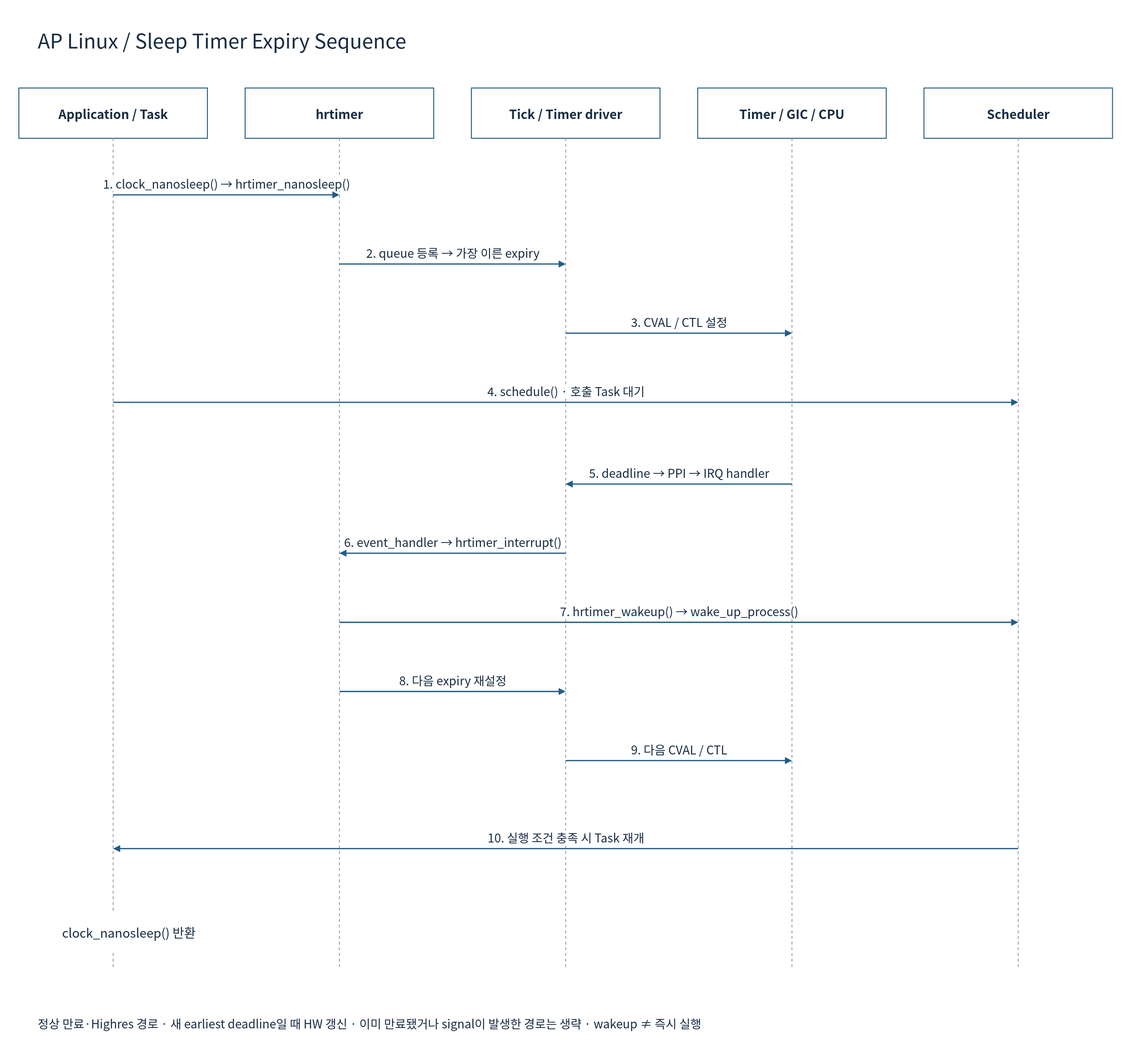
cometzero/project-apollo keeps this draw.io diagram as doc/phase1/timer/diagrams/08b-linux-timer-api-sequence.drawio.svg. Above is the earlier version. Source tidied: cells renumbered, new cells last; positions are measured from the earlier drawing's top-left corner, leaving out a move shared by most shapes.
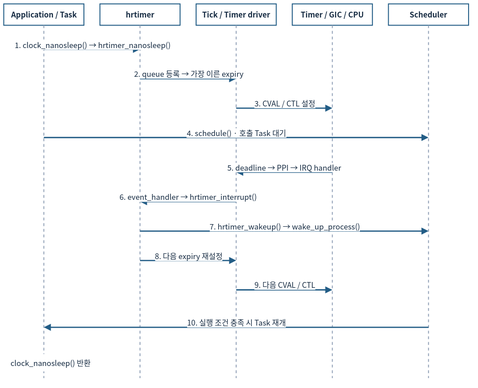
After the commit.

Diff of the diagram source:
```diff
@@ -2,132 +2,123 @@
   <root>
     <mxCell id="0" />
     <mxCell id="1" parent="0" />
-    <mxCell id="2" style="rounded=0;whiteSpace=wrap;html=1;fillColor=#FFFFFF;strokeColor=none;strokeWidth=1.5;fontColor=#172C43;fontFamily=Noto Sans CJK KR;fontSize=22;spacing=10;" parent="1" vertex="1">
-      <mxGeometry width="1800" height="1690" as="geometry" />
-    </mxCell>
-    <mxCell id="3" value="AP Linux / Sleep Timer Expiry Sequence" style="rounded=0;whiteSpace=wrap;html=1;fillColor=#FFFFFF;strokeColor=none;strokeWidth=1.5;fontColor=#172C43;fontFamily=Noto Sans CJK KR;fontSize=22;spacing=10;fontSize=32;align=left;" parent="1" vertex="1">
-      <mxGeometry x="50" y="30" width="1700" height="65" as="geometry" />
-    </mxCell>
-    <mxCell id="4" value="Application / Task" style="rounded=0;whiteSpace=wrap;html=1;fillColor=#FFFFFF;strokeColor=#235D86;strokeWidth=1.5;fontColor=#172C43;fontFamily=Noto Sans CJK KR;fontSize=22;spacing=10;fontStyle=1;fontSize=20;" parent="1" vertex="1">
-      <mxGeometry x="30" y="140" width="300" height="80" as="geometry" />
+    <mxCell id="4" value="Application / Task" style="rounded=0;whiteSpace=wrap;html=1;fillColor=#FFFFFF;strokeColor=#235D86;strokeWidth=1.5;fontColor=#172C43;fontFamily=Noto Sans CJK KR;fontStyle=1;fontSize=12;spacing=3;whiteSpace=wrap;" parent="1" vertex="1">
+      <mxGeometry x="12" y="12" width="127.6" height="34" as="geometry" />
     </mxCell>
-    <mxCell id="5" style="endArrow=none;dashed=1;strokeColor=#94A3B8;strokeWidth=1.5;" parent="1" edge="1">
+    <mxCell id="5" style="endArrow=none;dashed=1;strokeColor=#94A3B8;strokeWidth=1.5;fontSize=12;spacing=3;whiteSpace=nowrap;" parent="1" edge="1">
       <mxGeometry relative="1" as="geometry">
-        <mxPoint x="180" y="220" as="sourcePoint" />
-        <mxPoint x="180" y="1540" as="targetPoint" />
+        <mxPoint x="75.8" y="46" as="sourcePoint" />
+        <mxPoint x="75.8" y="607.4" as="targetPoint" />
       </mxGeometry>
     </mxCell>
-    <mxCell id="6" value="hrtimer" style="rounded=0;whiteSpace=wrap;html=1;fillColor=#FFFFFF;strokeColor=#235D86;strokeWidth=1.5;fontColor=#172C43;fontFamily=Noto Sans CJK KR;fontSize=22;spacing=10;fontStyle=1;fontSize=20;" parent="1" vertex="1">
-      <mxGeometry x="390" y="140" width="300" height="80" as="geometry" />
+    <mxCell id="6" value="hrtimer" style="rounded=0;whiteSpace=wrap;html=1;fillColor=#FFFFFF;strokeColor=#235D86;strokeWidth=1.5;fontColor=#172C43;fontFamily=Noto Sans CJK KR;fontStyle=1;fontSize=12;spacing=3;whiteSpace=wrap;" parent="1" vertex="1">
+      <mxGeometry x="165.1" y="12" width="127.6" height="34" as="geometry" />
     </mxCell>
-    <mxCell id="7" style="endArrow=none;dashed=1;strokeColor=#94A3B8;strokeWidth=1.5;" parent="1" edge="1">
+    <mxCell id="7" style="endArrow=none;dashed=1;strokeColor=#94A3B8;strokeWidth=1.5;fontSize=12;spacing=3;whiteSpace=nowrap;" parent="1" edge="1">
       <mxGeometry relative="1" as="geometry">
-        <mxPoint x="540" y="220" as="sourcePoint" />
-        <mxPoint x="540" y="1540" as="targetPoint" />
+        <mxPoint x="228.9" y="46" as="sourcePoint" />
+        <mxPoint x="228.9" y="607.4" as="targetPoint" />
       </mxGeometry>
     </mxCell>
-    <mxCell id="8" value="Tick / Timer driver" style="rounded=0;whiteSpace=wrap;html=1;fillColor=#FFFFFF;strokeColor=#235D86;strokeWidth=1.5;fontColor=#172C43;fontFamily=Noto Sans CJK KR;fontSize=22;spacing=10;fontStyle=1;fontSize=20;" parent="1" vertex="1">
-      <mxGeometry x="750" y="140" width="300" height="80" as="geometry" />
+    <mxCell id="8" value="Tick / Timer driver" style="rounded=0;whiteSpace=wrap;html=1;fillColor=#FFFFFF;strokeColor=#235D86;strokeWidth=1.5;fontColor=#172C43;fontFamily=Noto Sans CJK KR;fontStyle=1;fontSize=12;spacing=3;whiteSpace=wrap;" parent="1" vertex="1">
+      <mxGeometry x="318.2" y="12" width="127.6" height="34" as="geometry" />
     </mxCell>
-    <mxCell id="9" style="endArrow=none;dashed=1;strokeColor=#94A3B8;strokeWidth=1.5;" parent="1" edge="1">
+    <mxCell id="9" style="endArrow=none;dashed=1;strokeColor=#94A3B8;strokeWidth=1.5;fontSize=12;spacing=3;whiteSpace=nowrap;" parent="1" edge="1">
       <mxGeometry relative="1" as="geometry">
-        <mxPoint x="900" y="220" as="sourcePoint" />
-        <mxPoint x="900" y="1540" as="targetPoint" />
+        <mxPoint x="382" y="46" as="sourcePoint" />
+        <mxPoint x="382" y="607.4" as="targetPoint" />
       </mxGeometry>
     </mxCell>
-    <mxCell id="10" value="Timer / GIC / CPU" style="rounded=0;whiteSpace=wrap;html=1;fillColor=#FFFFFF;strokeColor=#235D86;strokeWidth=1.5;fontColor=#172C43;fontFamily=Noto Sans CJK KR;fontSize=22;spacing=10;fontStyle=1;fontSize=20;" parent="1" vertex="1">
-      <mxGeometry x="1110" y="140" width="300" height="80" as="geometry" />
+    <mxCell id="10" value="Timer / GIC / CPU" style="rounded=0;whiteSpace=wrap;html=1;fillColor=#FFFFFF;strokeColor=#235D86;strokeWidth=1.5;fontColor=#172C43;fontFamily=Noto Sans CJK KR;fontStyle=1;fontSize=12;spacing=3;whiteSpace=wrap;" parent="1" vertex="1">
+      <mxGeometry x="471.3" y="12" width="127.6" height="34" as="geometry" />
     </mxCell>
-    <mxCell id="11" style="endArrow=none;dashed=1;strokeColor=#94A3B8;strokeWidth=1.5;" parent="1" edge="1">
+    <mxCell id="11" style="endArrow=none;dashed=1;strokeColor=#94A3B8;strokeWidth=1.5;fontSize=12;spacing=3;whiteSpace=nowrap;" parent="1" edge="1">
       <mxGeometry relative="1" as="geometry">
-        <mxPoint x="1260" y="220" as="sourcePoint" />
-        <mxPoint x="1260" y="1540" as="targetPoint" />
+        <mxPoint x="535.1" y="46" as="sourcePoint" />
+        <mxPoint x="535.1" y="607.4" as="targetPoint" />
       </mxGeometry>
     </mxCell>
-    <mxCell id="12" value="Scheduler" style="rounded=0;whiteSpace=wrap;html=1;fillColor=#FFFFFF;strokeColor=#235D86;strokeWidth=1.5;fontColor=#172C43;fontFamily=Noto Sans CJK KR;fontSize=22;spacing=10;fontStyle=1;fontSize=20;" parent="1" vertex="1">
-      <mxGeometry x="1470" y="140" width="300" height="80" as="geometry" />
+    <mxCell id="12" value="Scheduler" style="rounded=0;whiteSpace=wrap;html=1;fillColor=#FFFFFF;strokeColor=#235D86;strokeWidth=1.5;fontColor=#172C43;fontFamily=Noto Sans CJK KR;fontStyle=1;fontSize=12;spacing=3;whiteSpace=wrap;" parent="1" vertex="1">
+      <mxGeometry x="624.4" y="12" width="127.6" height="34" as="geometry" />
     </mxCell>
-    <mxCell id="13" style="endArrow=none;dashed=1;strokeColor=#94A3B8;strokeWidth=1.5;" parent="1" edge="1">
+    <mxCell id="13" style="endArrow=none;dashed=1;strokeColor=#94A3B8;strokeWidth=1.5;fontSize=12;spacing=3;whiteSpace=nowrap;" parent="1" edge="1">
       <mxGeometry relative="1" as="geometry">
-        <mxPoint x="1620" y="220" as="sourcePoint" />
-        <mxPoint x="1620" y="1540" as="targetPoint" />
+        <mxPoint x="688.2" y="46" as="sourcePoint" />
+        <mxPoint x="688.2" y="607.4" as="targetPoint" />
       </mxGeometry>
     </mxCell>
-    <mxCell id="14" value="1. clock_nanosleep() → hrtimer_nanosleep()" style="edgeStyle=none;html=1;endArrow=block;endFill=1;strokeColor=#235D86;strokeWidth=2;fontColor=#172C43;fontFamily=Noto Sans CJK KR;fontSize=19;labelBackgroundColor=#FFFFFF;" parent="1" edge="1">
+    <mxCell id="14" value="1. clock_nanosleep() → hrtimer_nanosleep()" style="edgeStyle=none;html=1;endArrow=block;endFill=1;strokeColor=#235D86;strokeWidth=2;fontColor=#172C43;fontFamily=Noto Sans CJK KR;labelBackgroundColor=#FFFFFF;fontSize=12;spacing=3;whiteSpace=nowrap;" parent="1" edge="1">
       <mxGeometry relative="1" as="geometry">
-        <mxPoint x="180" y="310" as="sourcePoint" />
-        <mxPoint x="540" y="310" as="targetPoint" />
-        <mxPoint y="-18" as="offset" />
+        <mxPoint x="75.8" y="84.3" as="sourcePoint" />
+        <mxPoint x="228.9" y="84.3" as="targetPoint" />
+        <mxPoint y="-7.7" as="offset" />
       </mxGeometry>
     </mxCell>
-    <mxCell id="15" value="2. queue 등록 → 가장 이른 expiry" style="edgeStyle=none;html=1;endArrow=block;endFill=1;strokeColor=#235D86;strokeWidth=2;fontColor=#172C43;fontFamily=Noto Sans CJK KR;fontSize=19;labelBackgroundColor=#FFFFFF;" parent="1" edge="1">
+    <mxCell id="15" value="2. queue 등록 → 가장 이른 expiry" style="edgeStyle=none;html=1;endArrow=block;endFill=1;strokeColor=#235D86;strokeWidth=2;fontColor=#172C43;fontFamily=Noto Sans CJK KR;labelBackgroundColor=#FFFFFF;fontSize=12;spacing=3;whiteSpace=nowrap;" parent="1" edge="1">
       <mxGeometry relative="1" as="geometry">
-        <mxPoint x="540" y="420" as="sourcePoint" />
-        <mxPoint x="900" y="420" as="targetPoint" />
-        <mxPoint y="-18" as="offset" />
+        <mxPoint x="228.9" y="131.1" as="sourcePoint" />
+        <mxPoint x="382" y="131.1" as="targetPoint" />
+        <mxPoint y="-7.7" as="offset" />
       </mxGeometry>
     </mxCell>
-    <mxCell id="16" value="3. CVAL / CTL 설정" style="edgeStyle=none;html=1;endArrow=block;endFill=1;strokeColor=#235D86;strokeWidth=2;fontColor=#172C43;fontFamily=Noto Sans CJK KR;fontSize=19;labelBackgroundColor=#FFFFFF;" parent="1" edge="1">
+    <mxCell id="16" value="3. CVAL / CTL 설정" style="edgeStyle=none;html=1;endArrow=block;endFill=1;strokeColor=#235D86;strokeWidth=2;fontColor=#172C43;fontFamily=Noto Sans CJK KR;labelBackgroundColor=#FFFFFF;fontSize=12;spacing=3;whiteSpace=nowrap;" parent="1" edge="1">
       <mxGeometry relative="1" as="geometry">
-        <mxPoint x="900" y="530" as="sourcePoint" />
-        <mxPoint x="1260" y="530" as="targetPoint" />
-        <mxPoint y="-18" as="offset" />
+        <mxPoint x="382" y="177.9" as="sourcePoint" />
+        <mxPoint x="535.1" y="177.9" as="targetPoint" />
+        <mxPoint y="-7.7" as="offset" />
       </mxGeometry>
     </mxCell>
-    <mxCell id="17" value="4. schedule() · 호출 Task 대기" style="edgeStyle=none;html=1;endArrow=block;endFill=1;strokeColor=#235D86;strokeWidth=2;fontColor=#172C43;fontFamily=Noto Sans CJK KR;fontSize=19;labelBackgroundColor=#FFFFFF;" parent="1" edge="1">
+    <mxCell id="17" value="4. schedule() · 호출 Task 대기" style="edgeStyle=none;html=1;endArrow=block;endFill=1;strokeColor=#235D86;strokeWidth=2;fontColor=#172C43;fontFamily=Noto Sans CJK KR;labelBackgroundColor=#FFFFFF;fontSize=12;spacing=3;whiteSpace=nowrap;" parent="1" edge="1">
       <mxGeometry relative="1" as="geometry">
-        <mxPoint x="180" y="640" as="sourcePoint" />
-        <mxPoint x="1620" y="640" as="targetPoint" />
-        <mxPoint y="-18" as="offset" />
+        <mxPoint x="75.8" y="224.6" as="sourcePoint" />
+        <mxPoint x="688.2" y="224.6" as="targetPoint" />
+        <mxPoint y="-7.7" as="offset" />
       </mxGeometry>
     </mxCell>
-    <mxCell id="18" value="5. deadline → PPI → IRQ handler" style="edgeStyle=none;html=1;endArrow=block;endFill=1;strokeColor=#235D86;strokeWidth=2;fontColor=#172C43;fontFamily=Noto Sans CJK KR;fontSize=19;labelBackgroundColor=#FFFFFF;" parent="1" edge="1">
+    <mxCell id="18" value="5. deadline → PPI → IRQ handler" style="edgeStyle=none;html=1;endArrow=block;endFill=1;strokeColor=#235D86;strokeWidth=2;fontColor=#172C43;fontFamily=Noto Sans CJK KR;labelBackgroundColor=#FFFFFF;fontSize=12;spacing=3;whiteSpace=nowrap;" parent="1" edge="1">
       <mxGeometry relative="1" as="geometry">
-        <mxPoint x="1260" y="770" as="sourcePoint" />
-        <mxPoint x="900" y="770" as="targetPoint" />
-        <mxPoint y="-18" as="offset" />
+        <mxPoint x="535.1" y="279.9" as="sourcePoint" />
+        <mxPoint x="382" y="279.9" as="targetPoint" />
+        <mxPoint y="-7.7" as="offset" />
       </mxGeometry>
     </mxCell>
-    <mxCell id="19" value="6. event_handler → hrtimer_interrupt()" style="edgeStyle=none;html=1;endArrow=block;endFill=1;strokeColor=#235D86;strokeWidth=2;fontColor=#172C43;fontFamily=Noto Sans CJK KR;fontSize=19;labelBackgroundColor=#FFFFFF;" parent="1" edge="1">
+    <mxCell id="19" value="6. event_handler → hrtimer_interrupt()" style="edgeStyle=none;html=1;endArrow=block;endFill=1;strokeColor=#235D86;strokeWidth=2;fontColor=#172C43;fontFamily=Noto Sans CJK KR;labelBackgroundColor=#FFFFFF;fontSize=12;spacing=3;whiteSpace=nowrap;" parent="1" edge="1">
       <mxGeometry relative="1" as="geometry">
-        <mxPoint x="900" y="880" as="sourcePoint" />
-        <mxPoint x="540" y="880" as="targetPoint" />
-        <mxPoint y="-18" as="offset" />
+        <mxPoint x="382" y="326.7" as="sourcePoint" />
+        <mxPoint x="228.9" y="326.7" as="targetPoint" />
+        <mxPoint y="-7.7" as="offset" />
       </mxGeometry>
     </mxCell>
-    <mxCell id="20" value="7. hrtimer_wakeup() → wake_up_process()" style="edgeStyle=none;html=1;endArrow=block;endFill=1;strokeColor=#235D86;strokeWidth=2;fontColor=#172C43;fontFamily=Noto Sans CJK KR;fontSize=19;labelBackgroundColor=#FFFFFF;" parent="1" edge="1">
+    <mxCell id="20" value="7. hrtimer_wakeup() → wake_up_process()" style="edgeStyle=none;html=1;endArrow=block;endFill=1;strokeColor=#235D86;strokeWidth=2;fontColor=#172C43;fontFamily=Noto Sans CJK KR;labelBackgroundColor=#FFFFFF;fontSize=12;spacing=3;whiteSpace=nowrap;" parent="1" edge="1">
       <mxGeometry relative="1" as="geometry">
-        <mxPoint x="540" y="990" as="sourcePoint" />
-        <mxPoint x="1620" y="990" as="targetPoint" />
-        <mxPoint y="-18" as="offset" />
+        <mxPoint x="228.9" y="373.5" as="sourcePoint" />
+        <mxPoint x="688.2" y="373.5" as="targetPoint" />
+        <mxPoint y="-7.7" as="offset" />
       </mxGeometry>
     </mxCell>
-    <mxCell id="21" value="8. 다음 expiry 재설정" style="edgeStyle=none;html=1;endArrow=block;endFill=1;strokeColor=#235D86;strokeWidth=2;fontColor=#172C43;fontFamily=Noto Sans CJK KR;fontSize=19;labelBackgroundColor=#FFFFFF;" parent="1" edge="1">
+    <mxCell id="21" value="8. 다음 expiry 재설정" style="edgeStyle=none;html=1;endArrow=block;endFill=1;strokeColor=#235D86;strokeWidth=2;fontColor=#172C43;fontFamily=Noto Sans CJK KR;labelBackgroundColor=#FFFFFF;fontSize=12;spacing=3;whiteSpace=nowrap;" parent="1" edge="1">
       <mxGeometry relative="1" as="geometry">
-        <mxPoint x="540" y="1100" as="sourcePoint" />
-        <mxPoint x="900" y="1100" as="targetPoint" />
-        <mxPoint y="-18" as="offset" />
+        <mxPoint x="228.9" y="420.3" as="sourcePoint" />
+        <mxPoint x="382" y="420.3" as="targetPoint" />
+        <mxPoint y="-7.7" as="offset" />
       </mxGeometry>
     </mxCell>
-    <mxCell id="22" value="9. 다음 CVAL / CTL" style="edgeStyle=none;html=1;endArrow=block;endFill=1;strokeColor=#235D86;strokeWidth=2;fontColor=#172C43;fontFamily=Noto Sans CJK KR;fontSize=19;labelBackgroundColor=#FFFFFF;" parent="1" edge="1">
+    <mxCell id="22" value="9. 다음 CVAL / CTL" style="edgeStyle=none;html=1;endArrow=block;endFill=1;strokeColor=#235D86;strokeWidth=2;fontColor=#172C43;fontFamily=Noto Sans CJK KR;labelBackgroundColor=#FFFFFF;fontSize=12;spacing=3;whiteSpace=nowrap;" parent="1" edge="1">
       <mxGeometry relative="1" as="geometry">
-        <mxPoint x="900" y="1210" as="sourcePoint" />
-        <mxPoint x="1260" y="1210" as="targetPoint" />
-        <mxPoint y="-18" as="offset" />
+        <mxPoint x="382" y="467.1" as="sourcePoint" />
+        <mxPoint x="535.1" y="467.1" as="targetPoint" />
+        <mxPoint y="-7.7" as="offset" />
       </mxGeometry>
     </mxCell>
-    <mxCell id="23" value="10. 실행 조건 충족 시 Task 재개" style="edgeStyle=none;html=1;endArrow=block;endFill=1;strokeColor=#235D86;strokeWidth=2;fontColor=#172C43;fontFamily=Noto Sans CJK KR;fontSize=19;labelBackgroundColor=#FFFFFF;" parent="1" edge="1">
+    <mxCell id="23" value="10. 실행 조건 충족 시 Task 재개" style="edgeStyle=none;html=1;endArrow=block;endFill=1;strokeColor=#235D86;strokeWidth=2;fontColor=#172C43;fontFamily=Noto Sans CJK KR;labelBackgroundColor=#FFFFFF;fontSize=12;spacing=3;whiteSpace=nowrap;" parent="1" edge="1">
       <mxGeometry relative="1" as="geometry">
-        <mxPoint x="1620" y="1350" as="sourcePoint" />
-        <mxPoint x="180" y="1350" as="targetPoint" />
-        <mxPoint y="-18" as="offset" />
+        <mxPoint x="688.2" y="526.6" as="sourcePoint" />
+        <mxPoint x="75.8" y="526.6" as="targetPoint" />
+        <mxPoint y="-7.7" as="offset" />
       </mxGeometry>
     </mxCell>
-    <mxCell id="24" value="clock_nanosleep() 반환" style="rounded=0;whiteSpace=wrap;html=1;fillColor=#FFFFFF;strokeColor=none;strokeWidth=1.5;fontColor=#172C43;fontFamily=Noto Sans CJK KR;fontSize=22;spacing=10;fontSize=20;" parent="1" vertex="1">
-      <mxGeometry x="30" y="1450" width="350" height="65" as="geometry" />
+    <mxCell id="24" value="clock_nanosleep() 반환" style="rounded=0;whiteSpace=wrap;html=1;fillColor=#FFFFFF;strokeColor=none;strokeWidth=1.5;fontColor=#172C43;fontFamily=Noto Sans CJK KR;fontSize=12;spacing=3;whiteSpace=wrap;" parent="1" vertex="1">
+      <mxGeometry x="12" y="569.1" width="148.8" height="27.6" as="geometry" />
     </mxCell>
-    <mxCell id="25" value="정상 만료·Highres 경로 · 새 earliest deadline일 때 HW 갱신 · 이미 만료됐거나 signal이 발생한 경로는 생략 · wakeup ≠ 즉시 실행" style="rounded=0;whiteSpace=wrap;html=1;fillColor=#FFFFFF;strokeColor=none;strokeWidth=1.5;fontColor=#172C43;fontFamily=Noto Sans CJK KR;fontSize=22;spacing=10;fontSize=19;align=left;" parent="1" vertex="1">
-      <mxGeometry x="50" y="1600" width="1700" height="55" as="geometry" />
-    </mxCell>
   </root>
 </mxGraphModel>
```
